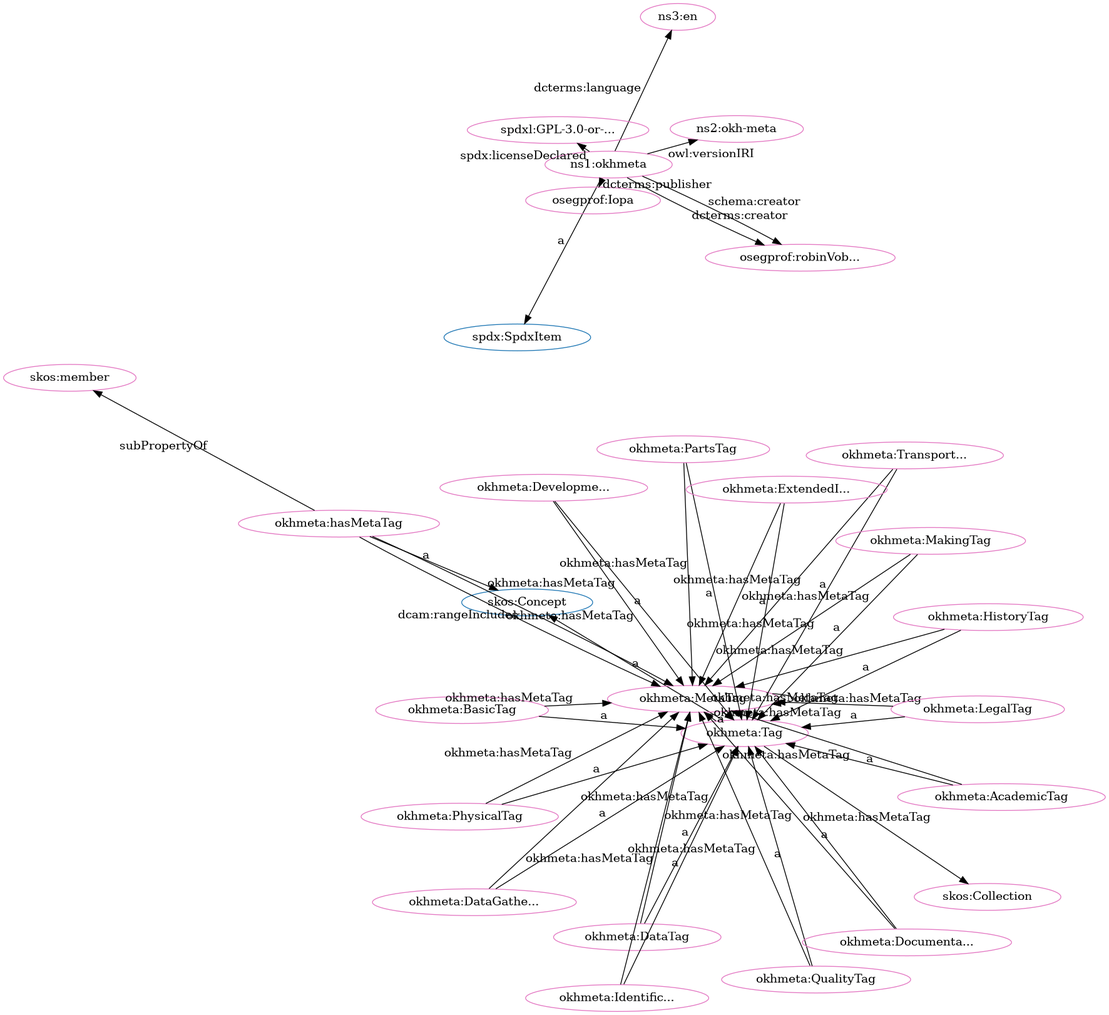
Before: src/spec/fdp_okh-meta-clean.png, a diagram exported from Graphviz (iop-alliance/OpenKnowHow). Its source is kept beside it as src/spec/fdp_okh-meta-clean.dot.
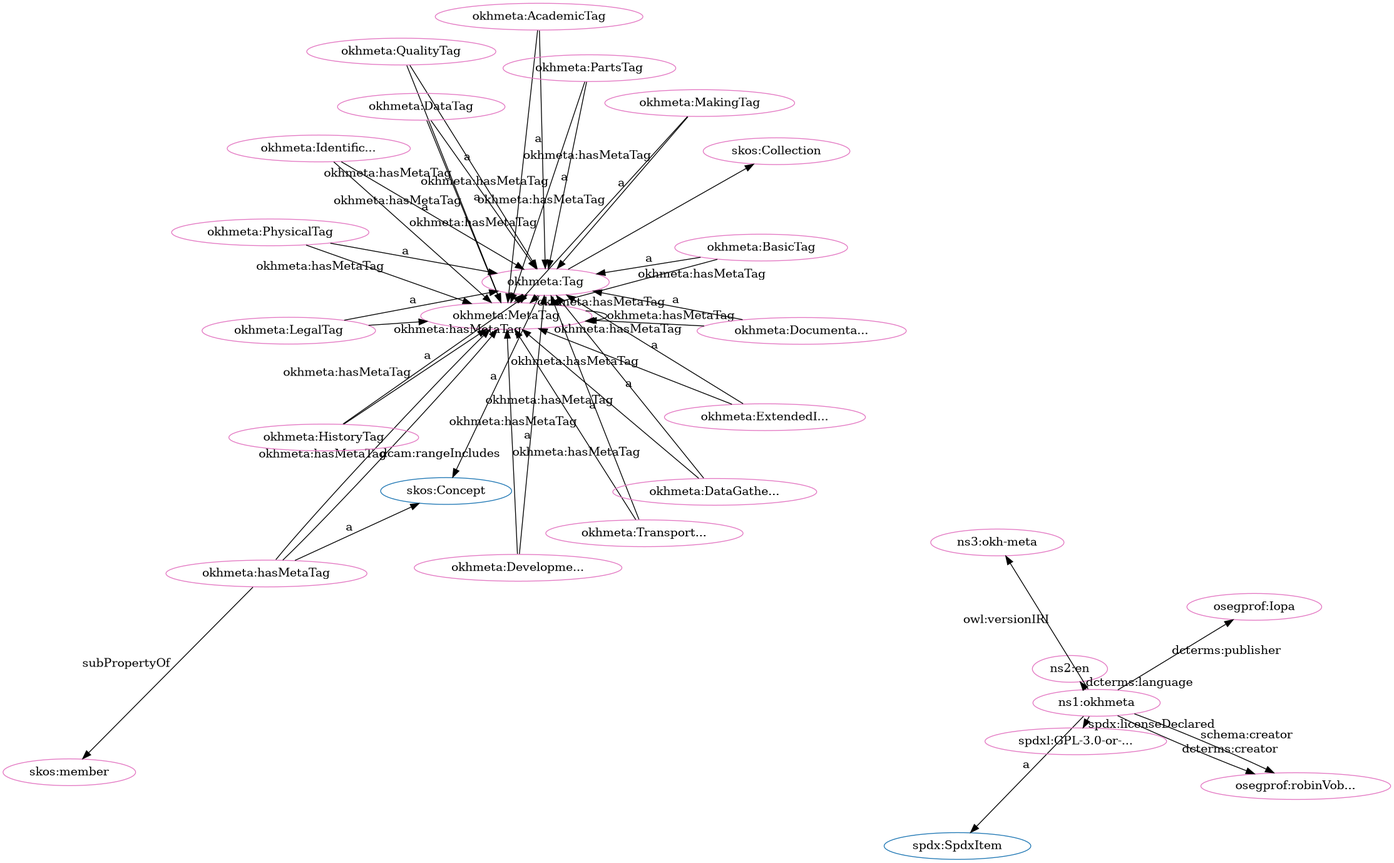
The same file after the commit.

Diff of the diagram source:
```diff
@@ -5,76 +5,76 @@
 "http://www.w3.org/2004/02/skos/core#Collection" [fillcolor="#1f77b4" color="#1f77b4" label="skos:Collection"]
 "http://spdx.org/rdf/terms#SpdxItem" [fillcolor="#1f77b4" color="#1f77b4" label="spdx:SpdxItem"]
 "http://www.w3.org/2004/02/skos/core#Concept" [fillcolor="#1f77b4" color="#1f77b4" label="skos:Concept"]
+"http://w3id.org/oseg/ont/okhmeta#MetaTag" [fillcolor="#e377c2" color="#e377c2" label="okhmeta:MetaTag"]
+"http://w3id.org/oseg/ont/okhmeta#Tag" [fillcolor="#e377c2" color="#e377c2" label="okhmeta:Tag"]
 "http://w3id.org/oseg/ont/okhmeta#hasMetaTag" [fillcolor="#e377c2" color="#e377c2" label="okhmeta:hasMetaTag"]
+"http://w3id.org/oseg/ont/okhmeta#PhysicalTag" [fillcolor="#e377c2" color="#e377c2" label="okhmeta:PhysicalTag"]
+"http://w3id.org/oseg/ont/okhmeta" [fillcolor="#e377c2" color="#e377c2" label="ns1:okhmeta"]
+"http://w3id.org/oseg/ont/okhmeta#MakingTag" [fillcolor="#e377c2" color="#e377c2" label="okhmeta:MakingTag"]
+"http://w3id.org/oseg/ont/okhmeta#HistoryTag" [fillcolor="#e377c2" color="#e377c2" label="okhmeta:HistoryTag"]
+"http://w3id.org/oseg/ont/oseg-profiles#robinVobruba" [fillcolor="#e377c2" color="#e377c2" label="osegprof:robinVob..."]
+"http://w3id.org/oseg/ont/okhmeta#LegalTag" [fillcolor="#e377c2" color="#e377c2" label="okhmeta:LegalTag"]
+"http://www.w3.org/2004/02/skos/core#Collection" [fillcolor="#e377c2" color="#e377c2" label="skos:Collection"]
 "http://w3id.org/oseg/ont/okhmeta#TransportationTag" [fillcolor="#e377c2" color="#e377c2" label="okhmeta:Transport..."]
-"http://w3id.org/oseg/ont/okhmeta#MetaTag" [fillcolor="#e377c2" color="#e377c2" label="okhmeta:MetaTag"]
-"http://w3id.org/oseg/ont/okhmeta#PartsTag" [fillcolor="#e377c2" color="#e377c2" label="okhmeta:PartsTag"]
-"http://w3id.org/oseg/ont/okhmeta" [fillcolor="#e377c2" color="#e377c2" label="ns1:okhmeta"]
-"http://w3id.org/oseg/ont/okhmeta#Tag" [fillcolor="#e377c2" color="#e377c2" label="okhmeta:Tag"]
-"http://w3id.org/oseg/ont/okhmeta#AcademicTag" [fillcolor="#e377c2" color="#e377c2" label="okhmeta:AcademicTag"]
-"http://w3id.org/oseg/ont/okhmeta#DevelopmentTag" [fillcolor="#e377c2" color="#e377c2" label="okhmeta:Developme..."]
-"http://www.w3.org/2004/02/skos/core#Collection" [fillcolor="#e377c2" color="#e377c2" label="skos:Collection"]
-"http://w3id.org/oseg/ont/okhmeta#BasicTag" [fillcolor="#e377c2" color="#e377c2" label="okhmeta:BasicTag"]
-"http://w3id.org/oseg/ont/okhmeta#DataTag" [fillcolor="#e377c2" color="#e377c2" label="okhmeta:DataTag"]
-"http://w3id.org/oseg/ont/oseg-profiles#robinVobruba" [fillcolor="#e377c2" color="#e377c2" label="osegprof:robinVob..."]
-"http://w3id.org/oseg/ont/okhmeta#DataGatheringTag" [fillcolor="#e377c2" color="#e377c2" label="okhmeta:DataGathe..."]
-"http://w3id.org/oseg/ont/okhmeta#ExtendedInfoTag" [fillcolor="#e377c2" color="#e377c2" label="okhmeta:ExtendedI..."]
-"http://w3id.org/oseg/ont/okhmeta#QualityTag" [fillcolor="#e377c2" color="#e377c2" label="okhmeta:QualityTag"]
-"http://w3id.org/oseg/ont/1.1.0/okh-meta" [fillcolor="#e377c2" color="#e377c2" label="ns2:okh-meta"]
-"http://id.loc.gov/vocabulary/iso639-1/en" [fillcolor="#e377c2" color="#e377c2" label="ns3:en"]
-"http://www.w3.org/2004/02/skos/core#member" [fillcolor="#e377c2" color="#e377c2" label="skos:member"]
-"http://spdx.org/licenses/GPL-3.0-or-later" [fillcolor="#e377c2" color="#e377c2" label="spdxl:GPL-3.0-or-..."]
-"http://w3id.org/oseg/ont/okhmeta#MakingTag" [fillcolor="#e377c2" color="#e377c2" label="okhmeta:MakingTag"]
-"http://w3id.org/oseg/ont/okhmeta#LegalTag" [fillcolor="#e377c2" color="#e377c2" label="okhmeta:LegalTag"]
-"http://w3id.org/oseg/ont/okhmeta#PhysicalTag" [fillcolor="#e377c2" color="#e377c2" label="okhmeta:PhysicalTag"]
-"http://w3id.org/oseg/ont/okhmeta#IdentificationTag" [fillcolor="#e377c2" color="#e377c2" label="okhmeta:Identific..."]
-"http://w3id.org/oseg/ont/okhmeta#HistoryTag" [fillcolor="#e377c2" color="#e377c2" label="okhmeta:HistoryTag"]
+"http://id.loc.gov/vocabulary/iso639-1/en" [fillcolor="#e377c2" color="#e377c2" label="ns2:en"]
 "http://w3id.org/oseg/ont/oseg-profiles#Iopa" [fillcolor="#e377c2" color="#e377c2" label="osegprof:Iopa"]
 "http://w3id.org/oseg/ont/okhmeta#DocumentationTag" [fillcolor="#e377c2" color="#e377c2" label="okhmeta:Documenta..."]
+"http://w3id.org/oseg/ont/1.1.0/okh-meta" [fillcolor="#e377c2" color="#e377c2" label="ns3:okh-meta"]
+"http://w3id.org/oseg/ont/okhmeta#AcademicTag" [fillcolor="#e377c2" color="#e377c2" label="okhmeta:AcademicTag"]
+"http://spdx.org/licenses/GPL-3.0-or-later" [fillcolor="#e377c2" color="#e377c2" label="spdxl:GPL-3.0-or-..."]
+"http://w3id.org/oseg/ont/okhmeta#DevelopmentTag" [fillcolor="#e377c2" color="#e377c2" label="okhmeta:Developme..."]
+"http://w3id.org/oseg/ont/okhmeta#PartsTag" [fillcolor="#e377c2" color="#e377c2" label="okhmeta:PartsTag"]
+"http://w3id.org/oseg/ont/okhmeta#BasicTag" [fillcolor="#e377c2" color="#e377c2" label="okhmeta:BasicTag"]
+"http://w3id.org/oseg/ont/okhmeta#IdentificationTag" [fillcolor="#e377c2" color="#e377c2" label="okhmeta:Identific..."]
+"http://w3id.org/oseg/ont/okhmeta#DataGatheringTag" [fillcolor="#e377c2" color="#e377c2" label="okhmeta:DataGathe..."]
+"http://w3id.org/oseg/ont/okhmeta#QualityTag" [fillcolor="#e377c2" color="#e377c2" label="okhmeta:QualityTag"]
+"http://www.w3.org/2004/02/skos/core#member" [fillcolor="#e377c2" color="#e377c2" label="skos:member"]
+"http://w3id.org/oseg/ont/okhmeta#DataTag" [fillcolor="#e377c2" color="#e377c2" label="okhmeta:DataTag"]
+"http://w3id.org/oseg/ont/okhmeta#ExtendedInfoTag" [fillcolor="#e377c2" color="#e377c2" label="okhmeta:ExtendedI..."]
+  "http://w3id.org/oseg/ont/okhmeta#HistoryTag" -> "http://w3id.org/oseg/ont/okhmeta#MetaTag" [label="okhmeta:hasMetaTag"]
+  "http://w3id.org/oseg/ont/okhmeta#Tag" -> "http://www.w3.org/2004/02/skos/core#Concept" [label="a"]
+  "http://w3id.org/oseg/ont/okhmeta#MetaTag" -> "http://w3id.org/oseg/ont/okhmeta#Tag" [label="a"]
+  "http://w3id.org/oseg/ont/okhmeta" -> "http://spdx.org/rdf/terms#SpdxItem" [label="a"]
+  "http://w3id.org/oseg/ont/okhmeta#HistoryTag" -> "http://w3id.org/oseg/ont/okhmeta#Tag" [label="a"]
+  "http://w3id.org/oseg/ont/okhmeta#DataTag" -> "http://w3id.org/oseg/ont/okhmeta#MetaTag" [label="okhmeta:hasMetaTag"]
+  "http://w3id.org/oseg/ont/okhmeta" -> "http://w3id.org/oseg/ont/oseg-profiles#robinVobruba" [label="schema:creator"]
+  "http://w3id.org/oseg/ont/okhmeta#QualityTag" -> "http://w3id.org/oseg/ont/okhmeta#Tag" [label="a"]
+  "http://w3id.org/oseg/ont/okhmeta#PhysicalTag" -> "http://w3id.org/oseg/ont/okhmeta#MetaTag" [label="okhmeta:hasMetaTag"]
+  "http://w3id.org/oseg/ont/okhmeta#MetaTag" -> "http://w3id.org/oseg/ont/okhmeta#MetaTag" [label="okhmeta:hasMetaTag"]
+  "http://w3id.org/oseg/ont/okhmeta#hasMetaTag" -> "http://www.w3.org/2004/02/skos/core#member" [label="subPropertyOf"]
+  "http://w3id.org/oseg/ont/okhmeta" -> "http://w3id.org/oseg/ont/oseg-profiles#robinVobruba" [label="dcterms:creator"]
+  "http://w3id.org/oseg/ont/okhmeta#LegalTag" -> "http://w3id.org/oseg/ont/okhmeta#MetaTag" [label="okhmeta:hasMetaTag"]
+  "http://w3id.org/oseg/ont/okhmeta#hasMetaTag" -> "http://www.w3.org/2004/02/skos/core#Concept" [label="a"]
+  "http://w3id.org/oseg/ont/okhmeta#PhysicalTag" -> "http://w3id.org/oseg/ont/okhmeta#Tag" [label="a"]
+  "http://w3id.org/oseg/ont/okhmeta#MakingTag" -> "http://w3id.org/oseg/ont/okhmeta#Tag" [label="a"]
+  "http://w3id.org/oseg/ont/okhmeta#LegalTag" -> "http://w3id.org/oseg/ont/okhmeta#Tag" [label="a"]
+  "http://w3id.org/oseg/ont/okhmeta#Tag" -> "http://www.w3.org/2004/02/skos/core#Collection" [label=""]
+  "http://w3id.org/oseg/ont/okhmeta#DevelopmentTag" -> "http://w3id.org/oseg/ont/okhmeta#MetaTag" [label="okhmeta:hasMetaTag"]
+  "http://w3id.org/oseg/ont/okhmeta#PartsTag" -> "http://w3id.org/oseg/ont/okhmeta#MetaTag" [label="okhmeta:hasMetaTag"]
+  "http://w3id.org/oseg/ont/okhmeta#MakingTag" -> "http://w3id.org/oseg/ont/okhmeta#MetaTag" [label="okhmeta:hasMetaTag"]
+  "http://w3id.org/oseg/ont/okhmeta#TransportationTag" -> "http://w3id.org/oseg/ont/okhmeta#Tag" [label="a"]
+  "http://w3id.org/oseg/ont/okhmeta" -> "http://id.loc.gov/vocabulary/iso639-1/en" [label="dcterms:language"]
+  "http://w3id.org/oseg/ont/okhmeta" -> "http://w3id.org/oseg/ont/oseg-profiles#Iopa" [label="dcterms:publisher"]
+  "http://w3id.org/oseg/ont/okhmeta#BasicTag" -> "http://w3id.org/oseg/ont/okhmeta#MetaTag" [label="okhmeta:hasMetaTag"]
+  "http://w3id.org/oseg/ont/okhmeta#hasMetaTag" -> "http://w3id.org/oseg/ont/okhmeta#MetaTag" [label="dcam:rangeIncludes"]
+  "http://w3id.org/oseg/ont/okhmeta#QualityTag" -> "http://w3id.org/oseg/ont/okhmeta#MetaTag" [label="okhmeta:hasMetaTag"]
+  "http://w3id.org/oseg/ont/okhmeta#hasMetaTag" -> "http://w3id.org/oseg/ont/okhmeta#MetaTag" [label="okhmeta:hasMetaTag"]
+  "http://w3id.org/oseg/ont/okhmeta#DocumentationTag" -> "http://w3id.org/oseg/ont/okhmeta#Tag" [label="a"]
+  "http://w3id.org/oseg/ont/okhmeta" -> "http://w3id.org/oseg/ont/1.1.0/okh-meta" [label="owl:versionIRI"]
+  "http://w3id.org/oseg/ont/okhmeta#AcademicTag" -> "http://w3id.org/oseg/ont/okhmeta#Tag" [label="a"]
+  "http://w3id.org/oseg/ont/okhmeta#ExtendedInfoTag" -> "http://w3id.org/oseg/ont/okhmeta#MetaTag" [label="okhmeta:hasMetaTag"]
+  "http://w3id.org/oseg/ont/okhmeta" -> "http://spdx.org/licenses/GPL-3.0-or-later" [label="spdx:licenseDeclared"]
+  "http://w3id.org/oseg/ont/okhmeta#DevelopmentTag" -> "http://w3id.org/oseg/ont/okhmeta#Tag" [label="a"]
   "http://w3id.org/oseg/ont/okhmeta#PartsTag" -> "http://w3id.org/oseg/ont/okhmeta#Tag" [label="a"]
-  "http://w3id.org/oseg/ont/okhmeta" -> "http://spdx.org/rdf/terms#SpdxItem" [label="a"]
-  "http://w3id.org/oseg/ont/okhmeta#Tag" -> "http://www.w3.org/2004/02/skos/core#Concept" [label="a"]
+  "http://w3id.org/oseg/ont/okhmeta#BasicTag" -> "http://w3id.org/oseg/ont/okhmeta#Tag" [label="a"]
+  "http://w3id.org/oseg/ont/okhmeta#Tag" -> "http://w3id.org/oseg/ont/okhmeta#MetaTag" [label="okhmeta:hasMetaTag"]
+  "http://w3id.org/oseg/ont/okhmeta#IdentificationTag" -> "http://w3id.org/oseg/ont/okhmeta#Tag" [label="a"]
+  "http://w3id.org/oseg/ont/okhmeta#DataGatheringTag" -> "http://w3id.org/oseg/ont/okhmeta#Tag" [label="a"]
+  "http://w3id.org/oseg/ont/okhmeta#TransportationTag" -> "http://w3id.org/oseg/ont/okhmeta#MetaTag" [label="okhmeta:hasMetaTag"]
   "http://w3id.org/oseg/ont/okhmeta#DocumentationTag" -> "http://w3id.org/oseg/ont/okhmeta#MetaTag" [label="okhmeta:hasMetaTag"]
-  "http://w3id.org/oseg/ont/okhmeta#Tag" -> "http://w3id.org/oseg/ont/okhmeta#MetaTag" [label="okhmeta:hasMetaTag"]
-  "http://w3id.org/oseg/ont/okhmeta#AcademicTag" -> "http://w3id.org/oseg/ont/okhmeta#Tag" [label="a"]
-  "http://w3id.org/oseg/ont/okhmeta#hasMetaTag" -> "http://www.w3.org/2004/02/skos/core#Concept" [label="a"]
-  "http://w3id.org/oseg/ont/okhmeta#BasicTag" -> "http://w3id.org/oseg/ont/okhmeta#Tag" [label="a"]
-  "http://w3id.org/oseg/ont/okhmeta#PhysicalTag" -> "http://w3id.org/oseg/ont/okhmeta#MetaTag" [label="okhmeta:hasMetaTag"]
   "http://w3id.org/oseg/ont/okhmeta#AcademicTag" -> "http://w3id.org/oseg/ont/okhmeta#MetaTag" [label="okhmeta:hasMetaTag"]
-  "http://w3id.org/oseg/ont/okhmeta" -> "http://w3id.org/oseg/ont/oseg-profiles#robinVobruba" [label="schema:creator"]
+  "http://w3id.org/oseg/ont/okhmeta#DataTag" -> "http://w3id.org/oseg/ont/okhmeta#Tag" [label="a"]
+  "http://w3id.org/oseg/ont/okhmeta#ExtendedInfoTag" -> "http://w3id.org/oseg/ont/okhmeta#Tag" [label="a"]
   "http://w3id.org/oseg/ont/okhmeta#IdentificationTag" -> "http://w3id.org/oseg/ont/okhmeta#MetaTag" [label="okhmeta:hasMetaTag"]
-  "http://w3id.org/oseg/ont/okhmeta#DataGatheringTag" -> "http://w3id.org/oseg/ont/okhmeta#Tag" [label="a"]
-  "http://w3id.org/oseg/ont/okhmeta#hasMetaTag" -> "http://www.w3.org/2004/02/skos/core#member" [label="subPropertyOf"]
-  "http://w3id.org/oseg/ont/okhmeta" -> "http://spdx.org/licenses/GPL-3.0-or-later" [label="spdx:licenseDeclared"]
-  "http://w3id.org/oseg/ont/okhmeta#ExtendedInfoTag" -> "http://w3id.org/oseg/ont/okhmeta#MetaTag" [label="okhmeta:hasMetaTag"]
-  "http://w3id.org/oseg/ont/okhmeta#QualityTag" -> "http://w3id.org/oseg/ont/okhmeta#MetaTag" [label="okhmeta:hasMetaTag"]
-  "http://w3id.org/oseg/ont/okhmeta#PartsTag" -> "http://w3id.org/oseg/ont/okhmeta#MetaTag" [label="okhmeta:hasMetaTag"]
-  "http://w3id.org/oseg/ont/okhmeta#LegalTag" -> "http://w3id.org/oseg/ont/okhmeta#Tag" [label="a"]
-  "http://w3id.org/oseg/ont/okhmeta#MakingTag" -> "http://w3id.org/oseg/ont/okhmeta#MetaTag" [label="okhmeta:hasMetaTag"]
-  "http://w3id.org/oseg/ont/okhmeta#hasMetaTag" -> "http://w3id.org/oseg/ont/okhmeta#MetaTag" [label="dcam:rangeIncludes"]
-  "http://w3id.org/oseg/ont/okhmeta#HistoryTag" -> "http://w3id.org/oseg/ont/okhmeta#Tag" [label="a"]
-  "http://w3id.org/oseg/ont/okhmeta#DocumentationTag" -> "http://w3id.org/oseg/ont/okhmeta#Tag" [label="a"]
-  "http://w3id.org/oseg/ont/okhmeta#TransportationTag" -> "http://w3id.org/oseg/ont/okhmeta#Tag" [label="a"]
-  "http://w3id.org/oseg/ont/okhmeta#BasicTag" -> "http://w3id.org/oseg/ont/okhmeta#MetaTag" [label="okhmeta:hasMetaTag"]
-  "http://w3id.org/oseg/ont/okhmeta#DevelopmentTag" -> "http://w3id.org/oseg/ont/okhmeta#Tag" [label="a"]
-  "http://w3id.org/oseg/ont/okhmeta#TransportationTag" -> "http://w3id.org/oseg/ont/okhmeta#MetaTag" [label="okhmeta:hasMetaTag"]
-  "http://w3id.org/oseg/ont/okhmeta#Tag" -> "http://www.w3.org/2004/02/skos/core#Collection" [label=""]
-  "http://w3id.org/oseg/ont/okhmeta#DataTag" -> "http://w3id.org/oseg/ont/okhmeta#Tag" [label="a"]
-  "http://w3id.org/oseg/ont/okhmeta" -> "http://w3id.org/oseg/ont/oseg-profiles#robinVobruba" [label="dcterms:creator"]
-  "http://w3id.org/oseg/ont/okhmeta#ExtendedInfoTag" -> "http://w3id.org/oseg/ont/okhmeta#Tag" [label="a"]
-  "http://w3id.org/oseg/ont/okhmeta#QualityTag" -> "http://w3id.org/oseg/ont/okhmeta#Tag" [label="a"]
-  "http://w3id.org/oseg/ont/okhmeta" -> "http://w3id.org/oseg/ont/1.1.0/okh-meta" [label="owl:versionIRI"]
-  "http://w3id.org/oseg/ont/okhmeta#DataTag" -> "http://w3id.org/oseg/ont/okhmeta#MetaTag" [label="okhmeta:hasMetaTag"]
-  "http://w3id.org/oseg/ont/okhmeta" -> "http://id.loc.gov/vocabulary/iso639-1/en" [label="dcterms:language"]
-  "http://w3id.org/oseg/ont/okhmeta#MetaTag" -> "http://w3id.org/oseg/ont/okhmeta#Tag" [label="a"]
-  "http://w3id.org/oseg/ont/okhmeta#HistoryTag" -> "http://w3id.org/oseg/ont/okhmeta#MetaTag" [label="okhmeta:hasMetaTag"]
   "http://w3id.org/oseg/ont/okhmeta#DataGatheringTag" -> "http://w3id.org/oseg/ont/okhmeta#MetaTag" [label="okhmeta:hasMetaTag"]
-  "http://w3id.org/oseg/ont/okhmeta#MakingTag" -> "http://w3id.org/oseg/ont/okhmeta#Tag" [label="a"]
-  "http://w3id.org/oseg/ont/okhmeta#PhysicalTag" -> "http://w3id.org/oseg/ont/okhmeta#Tag" [label="a"]
-  "http://w3id.org/oseg/ont/okhmeta#hasMetaTag" -> "http://w3id.org/oseg/ont/okhmeta#MetaTag" [label="okhmeta:hasMetaTag"]
-  "http://w3id.org/oseg/ont/okhmeta#IdentificationTag" -> "http://w3id.org/oseg/ont/okhmeta#Tag" [label="a"]
-  "http://w3id.org/oseg/ont/okhmeta#MetaTag" -> "http://w3id.org/oseg/ont/okhmeta#MetaTag" [label="okhmeta:hasMetaTag"]
-  "http://w3id.org/oseg/ont/okhmeta#LegalTag" -> "http://w3id.org/oseg/ont/okhmeta#MetaTag" [label="okhmeta:hasMetaTag"]
-  "http://w3id.org/oseg/ont/okhmeta" -> "http://w3id.org/oseg/ont/oseg-profiles#Iopa" [label="dcterms:publisher"]
-  "http://w3id.org/oseg/ont/okhmeta#DevelopmentTag" -> "http://w3id.org/oseg/ont/okhmeta#MetaTag" [label="okhmeta:hasMetaTag"]
 }
```
